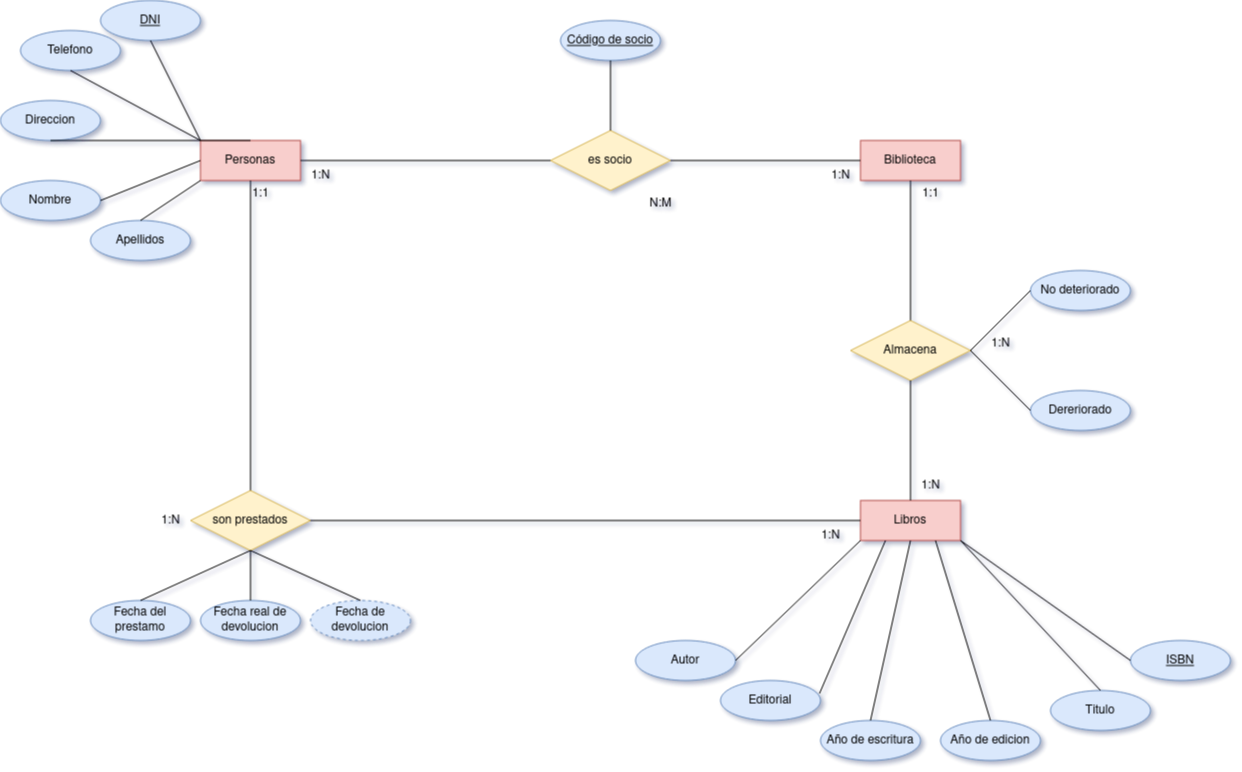
The draw.io diagram Unidad-1/Tareas/Tarea-6/Ejercicio7.drawio.png in DavidRiccio/base-datos, before a commit. Source tidied: cells renumbered, new cells last; positions are measured from the earlier drawing's top-left corner, leaving out a move shared by most shapes.
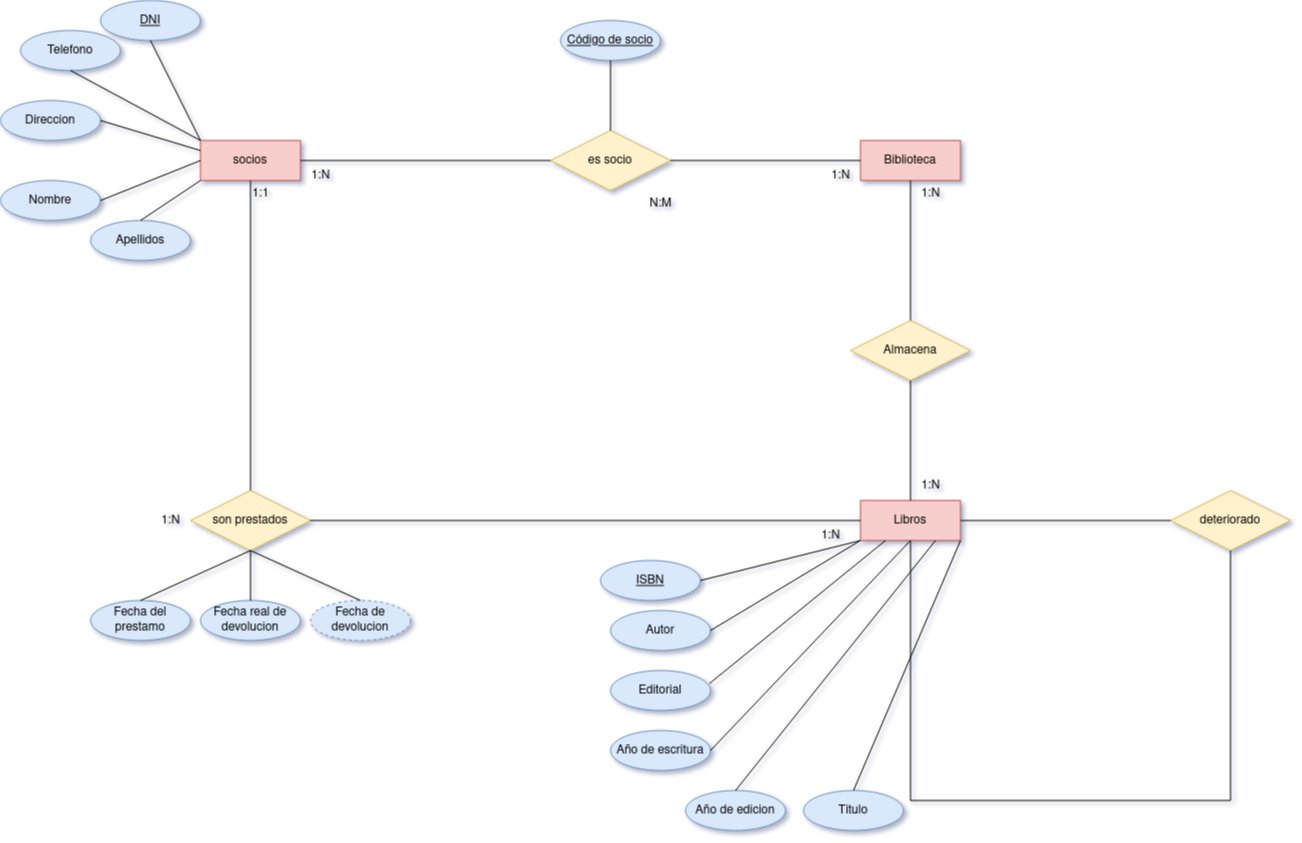
The same file after the commit.

Diff of the diagram source:
```diff
@@ -2,7 +2,7 @@
   <root>
     <mxCell id="0" />
     <mxCell id="1" parent="0" />
-    <mxCell id="2" value="Personas" style="whiteSpace=wrap;html=1;align=center;fillColor=#f8cecc;strokeColor=#b85450;" parent="1" vertex="1">
+    <mxCell id="2" value="socios" style="whiteSpace=wrap;html=1;align=center;fillColor=#f8cecc;strokeColor=#b85450;" parent="1" vertex="1">
       <mxGeometry x="200" y="140" width="100" height="40" as="geometry" />
     </mxCell>
     <mxCell id="3" value="Biblioteca" style="whiteSpace=wrap;html=1;align=center;fillColor=#f8cecc;strokeColor=#b85450;" parent="1" vertex="1">
@@ -35,7 +35,7 @@
     <mxCell id="12" value="Direccion" style="ellipse;whiteSpace=wrap;html=1;align=center;fillColor=#dae8fc;strokeColor=#6c8ebf;" parent="1" vertex="1">
       <mxGeometry y="100" width="100" height="40" as="geometry" />
     </mxCell>
-    <mxCell id="13" style="endArrow=none;html=1;rounded=0;exitX=0.5;exitY=1;exitDx=0;exitDy=0;entryX=0.5;entryY=0;entryDx=0;entryDy=0;" parent="1" edge="1" source="12" target="2">
+    <mxCell id="13" style="endArrow=none;html=1;rounded=0;exitX=1;exitY=0.5;exitDx=0;exitDy=0;entryX=0;entryY=0.25;entryDx=0;entryDy=0;" parent="1" edge="1" source="12" target="2">
       <mxGeometry relative="1" as="geometry" />
     </mxCell>
     <mxCell id="14" style="endArrow=none;html=1;rounded=0;exitX=0.5;exitY=1;exitDx=0;exitDy=0;entryX=0;entryY=0;entryDx=0;entryDy=0;" parent="1" edge="1" source="11" target="2">
@@ -83,12 +83,9 @@
     <mxCell id="26" value="1:N" style="text;html=1;align=center;verticalAlign=middle;strokeColor=none;fillColor=none;" parent="1" vertex="1">
       <mxGeometry x="910" y="470" width="40" height="30" as="geometry" />
     </mxCell>
-    <mxCell id="27" value="1:1" style="text;html=1;align=center;verticalAlign=middle;strokeColor=none;fillColor=none;" parent="1" vertex="1">
+    <mxCell id="27" value="1:N" style="text;html=1;align=center;verticalAlign=middle;strokeColor=none;fillColor=none;" parent="1" vertex="1">
       <mxGeometry x="910" y="178" width="40" height="30" as="geometry" />
     </mxCell>
-    <mxCell id="28" value="1:N" style="text;html=1;align=center;verticalAlign=middle;strokeColor=none;fillColor=none;" parent="1" vertex="1">
-      <mxGeometry x="980" y="328" width="40" height="30" as="geometry" />
-    </mxCell>
     <mxCell id="29" value="1:1" style="text;html=1;align=center;verticalAlign=middle;strokeColor=none;fillColor=none;" parent="1" vertex="1">
       <mxGeometry x="240" y="178" width="40" height="30" as="geometry" />
     </mxCell>
@@ -105,19 +102,19 @@
       <mxGeometry relative="1" as="geometry" />
     </mxCell>
     <mxCell id="34" value="Autor" style="ellipse;whiteSpace=wrap;html=1;align=center;fillColor=#dae8fc;strokeColor=#6c8ebf;" parent="1" vertex="1">
-      <mxGeometry x="635" y="640" width="100" height="40" as="geometry" />
+      <mxGeometry x="610" y="610" width="100" height="40" as="geometry" />
     </mxCell>
     <mxCell id="35" value="Año de escritura" style="ellipse;whiteSpace=wrap;html=1;align=center;fillColor=#dae8fc;strokeColor=#6c8ebf;" parent="1" vertex="1">
-      <mxGeometry x="820" y="720" width="100" height="40" as="geometry" />
+      <mxGeometry x="610" y="730" width="100" height="40" as="geometry" />
     </mxCell>
     <mxCell id="36" value="Editorial" style="ellipse;whiteSpace=wrap;html=1;align=center;fillColor=#dae8fc;strokeColor=#6c8ebf;" parent="1" vertex="1">
-      <mxGeometry x="720" y="680" width="100" height="40" as="geometry" />
+      <mxGeometry x="610" y="670" width="100" height="40" as="geometry" />
     </mxCell>
     <mxCell id="37" value="Titulo" style="ellipse;whiteSpace=wrap;html=1;align=center;fillColor=#dae8fc;strokeColor=#6c8ebf;" parent="1" vertex="1">
-      <mxGeometry x="1050" y="690" width="100" height="40" as="geometry" />
+      <mxGeometry x="803" y="790" width="100" height="40" as="geometry" />
     </mxCell>
     <mxCell id="38" value="Año de edicion" style="ellipse;whiteSpace=wrap;html=1;align=center;fillColor=#dae8fc;strokeColor=#6c8ebf;" parent="1" vertex="1">
-      <mxGeometry x="940" y="720" width="100" height="40" as="geometry" />
+      <mxGeometry x="685" y="790" width="100" height="40" as="geometry" />
     </mxCell>
     <mxCell id="39" style="endArrow=none;html=1;rounded=0;entryX=0;entryY=1;entryDx=0;entryDy=0;exitX=1;exitY=0.5;exitDx=0;exitDy=0;" parent="1" edge="1" source="34" target="19">
       <mxGeometry relative="1" as="geometry" />
@@ -125,7 +122,7 @@
     <mxCell id="40" style="endArrow=none;html=1;rounded=0;entryX=0.25;entryY=1;entryDx=0;entryDy=0;exitX=0.99;exitY=0.325;exitDx=0;exitDy=0;exitPerimeter=0;" parent="1" edge="1" source="36" target="19">
       <mxGeometry relative="1" as="geometry" />
     </mxCell>
-    <mxCell id="41" style="endArrow=none;html=1;rounded=0;entryX=0.5;entryY=1;entryDx=0;entryDy=0;exitX=0.5;exitY=0;exitDx=0;exitDy=0;" parent="1" edge="1" source="35" target="19">
+    <mxCell id="41" style="endArrow=none;html=1;rounded=0;entryX=0.5;entryY=1;entryDx=0;entryDy=0;exitX=1;exitY=0.5;exitDx=0;exitDy=0;" parent="1" edge="1" source="35" target="19">
       <mxGeometry relative="1" as="geometry" />
     </mxCell>
     <mxCell id="42" style="endArrow=none;html=1;rounded=0;entryX=0.5;entryY=0;entryDx=0;entryDy=0;exitX=0.75;exitY=1;exitDx=0;exitDy=0;" parent="1" edge="1" source="19" target="38">
@@ -146,18 +143,6 @@
     <mxCell id="47" style="endArrow=none;html=1;rounded=0;exitX=0.5;exitY=0;exitDx=0;exitDy=0;entryX=0.5;entryY=1;entryDx=0;entryDy=0;" parent="1" edge="1" source="44" target="22">
       <mxGeometry relative="1" as="geometry" />
     </mxCell>
-    <mxCell id="48" value="Dereriorado" style="ellipse;whiteSpace=wrap;html=1;align=center;fillColor=#dae8fc;strokeColor=#6c8ebf;" parent="1" vertex="1">
-      <mxGeometry x="1030" y="390" width="100" height="40" as="geometry" />
-    </mxCell>
-    <mxCell id="49" value="No deteriorado" style="ellipse;whiteSpace=wrap;html=1;align=center;fillColor=#dae8fc;strokeColor=#6c8ebf;" parent="1" vertex="1">
-      <mxGeometry x="1030" y="270" width="100" height="40" as="geometry" />
-    </mxCell>
-    <mxCell id="50" style="endArrow=none;html=1;rounded=0;entryX=0;entryY=0.5;entryDx=0;entryDy=0;exitX=1;exitY=0.5;exitDx=0;exitDy=0;" parent="1" edge="1" source="18" target="48">
-      <mxGeometry relative="1" as="geometry" />
-    </mxCell>
-    <mxCell id="51" style="endArrow=none;html=1;rounded=0;entryX=0;entryY=0.5;entryDx=0;entryDy=0;exitX=1;exitY=0.5;exitDx=0;exitDy=0;" parent="1" edge="1" source="18" target="49">
-      <mxGeometry relative="1" as="geometry" />
-    </mxCell>
     <mxCell id="52" value="Fecha real de devolucion" style="ellipse;whiteSpace=wrap;html=1;align=center;fillColor=#dae8fc;strokeColor=#6c8ebf;" parent="1" vertex="1">
       <mxGeometry x="200" y="600" width="100" height="40" as="geometry" />
     </mxCell>
@@ -165,10 +150,24 @@
       <mxGeometry relative="1" as="geometry" />
     </mxCell>
     <mxCell id="54" value="ISBN" style="ellipse;whiteSpace=wrap;html=1;align=center;fontStyle=4;fillColor=#dae8fc;strokeColor=#6c8ebf;" parent="1" vertex="1">
-      <mxGeometry x="1130" y="640" width="100" height="40" as="geometry" />
+      <mxGeometry x="600" y="560" width="100" height="40" as="geometry" />
     </mxCell>
-    <mxCell id="55" style="endArrow=none;html=1;rounded=0;entryX=0;entryY=0.5;entryDx=0;entryDy=0;exitX=1;exitY=1;exitDx=0;exitDy=0;" parent="1" edge="1" source="19" target="54">
+    <mxCell id="55" style="endArrow=none;html=1;rounded=0;entryX=1;entryY=0.5;entryDx=0;entryDy=0;exitX=0;exitY=1;exitDx=0;exitDy=0;" parent="1" edge="1" source="19" target="54">
       <mxGeometry relative="1" as="geometry" />
     </mxCell>
+    <mxCell id="56" value="deteriorado" style="shape=rhombus;perimeter=rhombusPerimeter;whiteSpace=wrap;html=1;align=center;fillColor=#fff2cc;strokeColor=#d6b656;" parent="1" vertex="1">
+      <mxGeometry x="1170" y="490" width="120" height="60" as="geometry" />
+    </mxCell>
+    <mxCell id="57" style="endArrow=none;html=1;rounded=0;entryX=0;entryY=0.5;entryDx=0;entryDy=0;exitX=1;exitY=0.5;exitDx=0;exitDy=0;" parent="1" edge="1" source="19" target="56">
+      <mxGeometry relative="1" as="geometry" />
+    </mxCell>
+    <mxCell id="58" style="endArrow=none;html=1;rounded=0;entryX=0.5;entryY=1;entryDx=0;entryDy=0;exitX=0.5;exitY=1;exitDx=0;exitDy=0;" parent="1" edge="1" source="19" target="56">
+      <mxGeometry relative="1" as="geometry">
+        <Array as="points">
+          <mxPoint x="910" y="800" />
+          <mxPoint x="1230" y="800" />
+        </Array>
+      </mxGeometry>
+    </mxCell>
   </root>
 </mxGraphModel>
```
